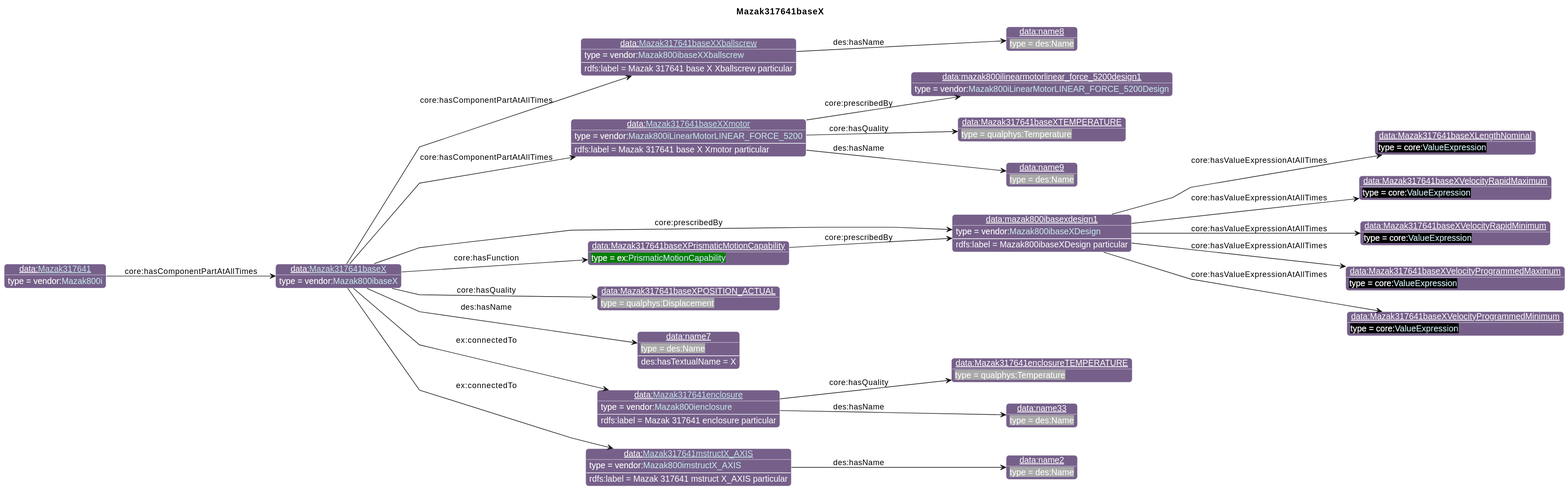
The PlantUML diagram diagrams/Mazak317641baseX.svg in iofoundry/example-syseng-mtconnect, before a commit.
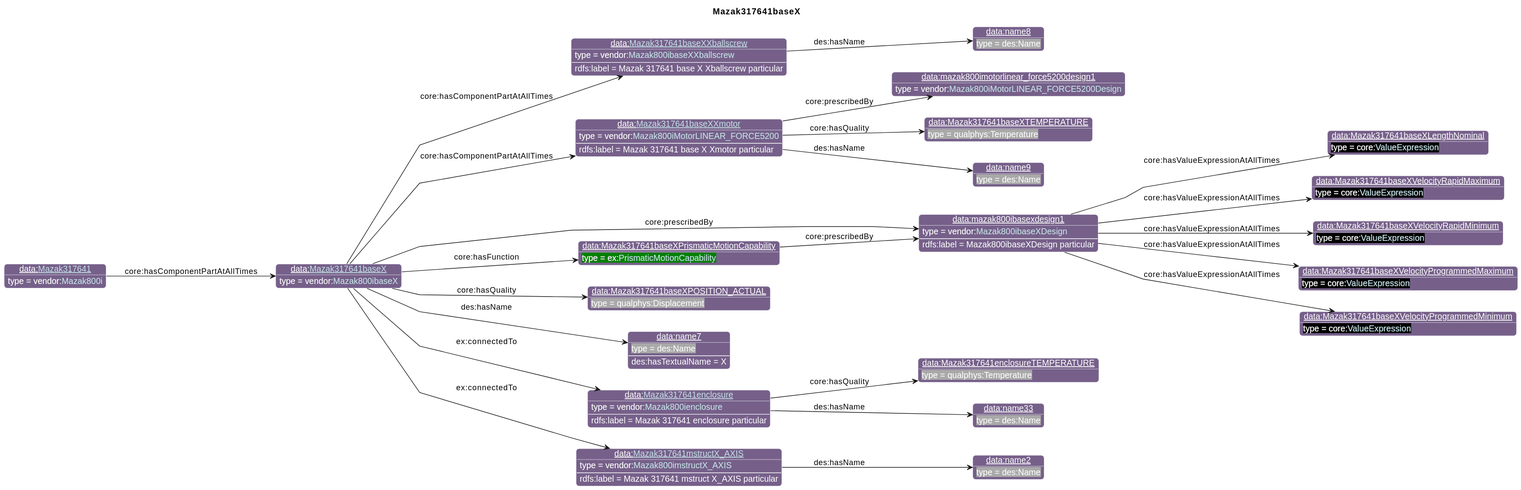
The same file after the commit.

Change to the diagram source:
```diff
@@ -28,8 +28,8 @@
 individual(o0, data:[[./Mazak317641baseX.html Mazak317641baseX]], vendor:[[../Mazak.html#Mazak800ibaseX Mazak800ibaseX]])
 individual(o1, data:[[./Mazak317641baseXXballscrew.html Mazak317641baseXXballscrew]], vendor:[[../Mazak.html#Mazak800ibaseXXballscrew Mazak800ibaseXXballscrew]])
 individual(o2, data:name8, des:Name)
-individual(o3, data:[[./Mazak317641baseXXmotor.html Mazak317641baseXXmotor]], vendor:[[../Mazak.html#Mazak800iLinearMotorLINEAR_FORCE_5200 Mazak800iLinearMotorLINEAR_FORCE_5200]])
-individual(o4, data:mazak800ilinearmotorlinear_force_5200design1, vendor:[[../Mazak.html#Mazak800iLinearMotorLINEAR_FORCE_5200Design Mazak800iLinearMotorLINEAR_FORCE_5200Design]])
+individual(o3, data:[[./Mazak317641baseXXmotor.html Mazak317641baseXXmotor]], vendor:[[../Mazak.html#Mazak800iMotorLINEAR_FORCE5200 Mazak800iMotorLINEAR_FORCE5200]])
+individual(o4, data:mazak800imotorlinear_force5200design1, vendor:[[../Mazak.html#Mazak800iMotorLINEAR_FORCE5200Design Mazak800iMotorLINEAR_FORCE5200Design]])
 individual(o5, data:Mazak317641baseXTEMPERATURE, qualphys:Temperature)
 individual(o6, data:name9, des:Name)
 individual(o7, data:mazak800ibasexdesign1, vendor:[[../Mazak.html#Mazak800ibaseXDesign Mazak800ibaseXDesign]])
```
